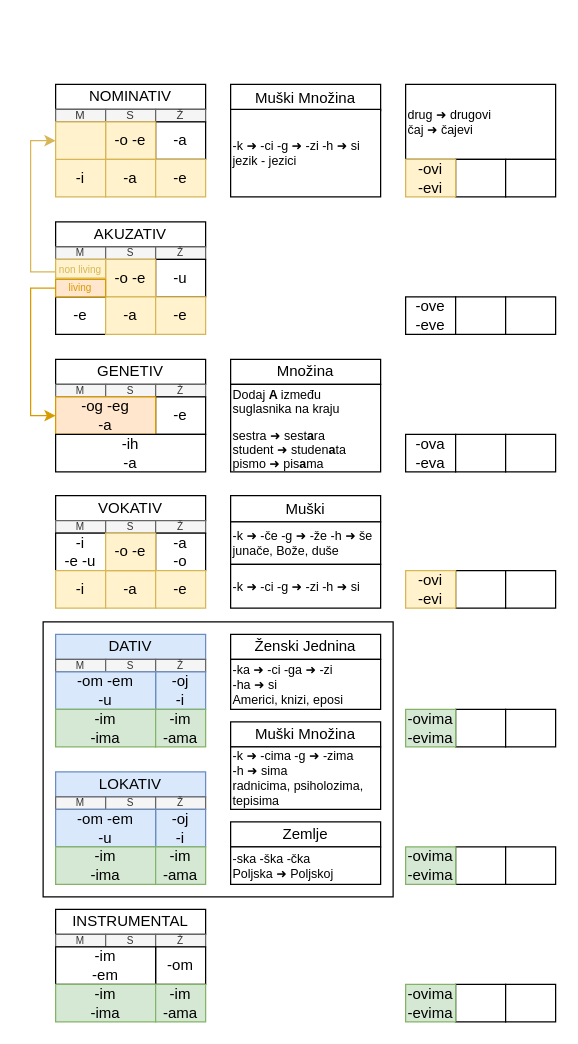
Before: padezi.drawio in vlandivir/srpski, a draw.io diagram. Source tidied: cells renumbered, new cells numbered last; positions are measured from the earlier drawing's top-left corner, leaving out a move shared by most shapes. Both pictures are drawn from the tidied source at 125%, with x=0, y=0 at pixel (30, 84).
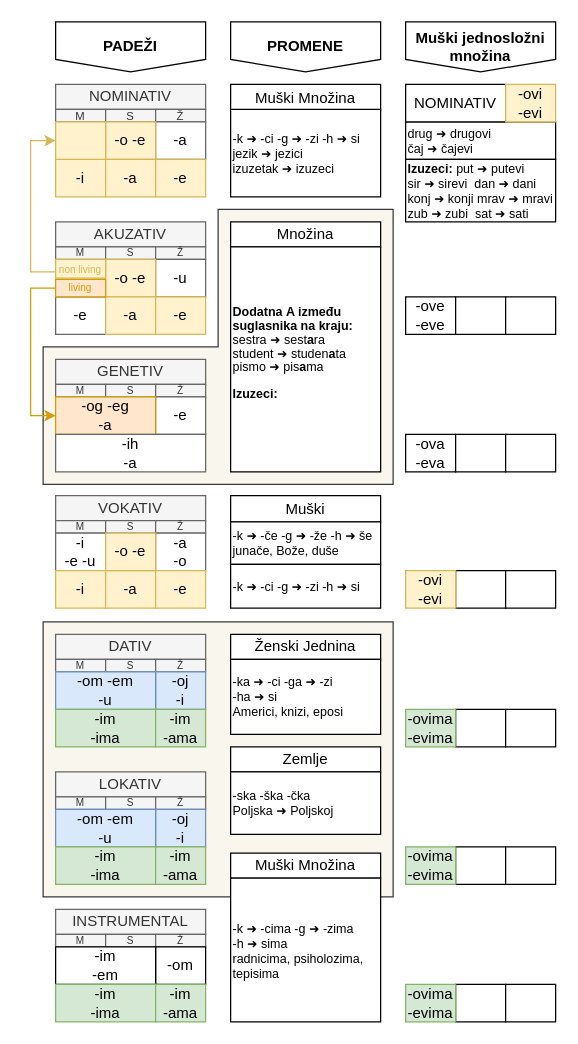
After the change.

The edit, as a diff of the source:
```diff
@@
+    <mxCell id="102" style="shape=corner;whiteSpace=wrap;html=1;direction=west;dx=140;dy=110;fillColor=#f9f7ed;strokeColor=#36393d;" parent="1" vertex="1">
+      <mxGeometry x="10" y="100" width="280" height="220" as="geometry" />
+    </mxCell>
@@
-    <mxCell id="3" style="rounded=0;whiteSpace=wrap;html=1;" parent="1" vertex="1">
+    <mxCell id="3" style="rounded=0;whiteSpace=wrap;html=1;fillColor=#f9f7ed;strokeColor=#36393d;" parent="1" vertex="1">
       <mxGeometry x="10" y="430" width="280" height="220" as="geometry" />
     </mxCell>
@@
     <mxCell id="5" value="drug ➜ drugovi&lt;br&gt;čaj ➜ čajevi" style="rounded=0;whiteSpace=wrap;html=1;align=left;fontSize=10;" parent="1" vertex="1">
-      <mxGeometry x="300" width="120" height="60" as="geometry" />
+      <mxGeometry x="300" y="30" width="120" height="30" as="geometry" />
     </mxCell>
-    <mxCell id="6" value="NOMINATIV" style="rounded=0;whiteSpace=wrap;html=1;" parent="1" vertex="1">
+    <mxCell id="6" value="NOMINATIV" style="rounded=0;whiteSpace=wrap;html=1;strokeColor=#666666;fillColor=#f5f5f5;fontColor=#333333;" parent="1" vertex="1">
       <mxGeometry x="20" width="120" height="20" as="geometry" />
     </mxCell>
-    <mxCell id="7" value="M" style="rounded=0;whiteSpace=wrap;html=1;fillColor=#f5f5f5;fontColor=#333333;strokeColor=#666666;fontSize=9;verticalAlign=middle;horizontal=1;" parent="1" vertex="1">
+    <mxCell id="7" value="M" style="rounded=0;whiteSpace=wrap;html=1;fillColor=#f5f5f5;fontColor=#333333;strokeColor=#666666;fontSize=9;verticalAlign=middle;horizontal=1;perimeterSpacing=0;spacingTop=1;" parent="1" vertex="1">
       <mxGeometry x="20" y="20" width="40" height="10" as="geometry" />
     </mxCell>
-    <mxCell id="8" value="S" style="rounded=0;whiteSpace=wrap;html=1;fillColor=#f5f5f5;fontColor=#333333;strokeColor=#666666;fontSize=9;verticalAlign=middle;horizontal=1;" parent="1" vertex="1">
+    <mxCell id="8" value="S" style="rounded=0;whiteSpace=wrap;html=1;fillColor=#f5f5f5;fontColor=#333333;strokeColor=#666666;fontSize=9;verticalAlign=middle;horizontal=1;perimeterSpacing=0;spacingTop=1;" parent="1" vertex="1">
       <mxGeometry x="60" y="20" width="40" height="10" as="geometry" />
     </mxCell>
-    <mxCell id="9" value="Ž" style="rounded=0;whiteSpace=wrap;html=1;fillColor=#f5f5f5;fontColor=#333333;strokeColor=#666666;fontSize=9;verticalAlign=middle;horizontal=1;" parent="1" vertex="1">
+    <mxCell id="9" value="Ž" style="rounded=0;whiteSpace=wrap;html=1;fillColor=#f5f5f5;fontColor=#333333;strokeColor=#666666;fontSize=9;verticalAlign=middle;horizontal=1;perimeterSpacing=0;spacingTop=1;" parent="1" vertex="1">
       <mxGeometry x="100" y="20" width="40" height="10" as="geometry" />
     </mxCell>
-    <mxCell id="10" value="-a" style="rounded=0;whiteSpace=wrap;html=1;" parent="1" vertex="1">
+    <mxCell id="10" value="-a" style="rounded=0;whiteSpace=wrap;html=1;strokeColor=#666666;" parent="1" vertex="1">
       <mxGeometry x="100" y="30" width="40" height="30" as="geometry" />
     </mxCell>
@@
-    <mxCell id="16" value="AKUZATIV" style="rounded=0;whiteSpace=wrap;html=1;" parent="1" vertex="1">
+    <mxCell id="16" value="AKUZATIV" style="rounded=0;whiteSpace=wrap;html=1;strokeColor=#666666;fillColor=#f5f5f5;fontColor=#333333;" parent="1" vertex="1">
       <mxGeometry x="20" y="110" width="120" height="20" as="geometry" />
     </mxCell>
@@
-    <mxCell id="21" value="-u" style="rounded=0;whiteSpace=wrap;html=1;" parent="1" vertex="1">
+    <mxCell id="21" value="-u" style="rounded=0;whiteSpace=wrap;html=1;strokeColor=#666666;" parent="1" vertex="1">
       <mxGeometry x="100" y="140" width="40" height="30" as="geometry" />
     </mxCell>
-    <mxCell id="22" value="-e" style="rounded=0;whiteSpace=wrap;html=1;" parent="1" vertex="1">
+    <mxCell id="22" value="-e" style="rounded=0;whiteSpace=wrap;html=1;strokeColor=#666666;" parent="1" vertex="1">
       <mxGeometry x="20" y="170" width="40" height="30" as="geometry" />
     </mxCell>
@@
-    <mxCell id="26" value="GENETIV" style="rounded=0;whiteSpace=wrap;html=1;" parent="1" vertex="1">
+    <mxCell id="26" value="GENETIV" style="rounded=0;whiteSpace=wrap;html=1;strokeColor=#666666;fillColor=#f5f5f5;fontColor=#333333;" parent="1" vertex="1">
       <mxGeometry x="20" y="220" width="120" height="20" as="geometry" />
     </mxCell>
@@
-    <mxCell id="30" value="-e" style="rounded=0;whiteSpace=wrap;html=1;" parent="1" vertex="1">
+    <mxCell id="30" value="-e" style="rounded=0;whiteSpace=wrap;html=1;strokeColor=#666666;" parent="1" vertex="1">
       <mxGeometry x="100" y="250" width="40" height="30" as="geometry" />
     </mxCell>
@@
-    <mxCell id="35" value="-ih&lt;br&gt;-a" style="rounded=0;whiteSpace=wrap;html=1;" parent="1" vertex="1">
+    <mxCell id="35" value="-ih&lt;br&gt;-a" style="rounded=0;whiteSpace=wrap;html=1;strokeColor=#666666;" parent="1" vertex="1">
       <mxGeometry x="20" y="280" width="120" height="30" as="geometry" />
     </mxCell>
-    <mxCell id="36" value="DATIV" style="rounded=0;whiteSpace=wrap;html=1;fillColor=#dae8fc;strokeColor=#6c8ebf;" parent="1" vertex="1">
+    <mxCell id="36" value="DATIV" style="rounded=0;whiteSpace=wrap;html=1;fillColor=#f5f5f5;strokeColor=#666666;fontColor=#333333;" parent="1" vertex="1">
       <mxGeometry x="20" y="440" width="120" height="20" as="geometry" />
     </mxCell>
@@
-    <mxCell id="44" value="LOKATIV" style="rounded=0;whiteSpace=wrap;html=1;fillColor=#dae8fc;strokeColor=#6c8ebf;" parent="1" vertex="1">
+    <mxCell id="44" value="LOKATIV" style="rounded=0;whiteSpace=wrap;html=1;fillColor=#f5f5f5;strokeColor=#666666;fontColor=#333333;" parent="1" vertex="1">
       <mxGeometry x="20" y="550" width="120" height="20" as="geometry" />
     </mxCell>
@@
-    <mxCell id="52" value="INSTRUMENTAL" style="rounded=0;whiteSpace=wrap;html=1;" parent="1" vertex="1">
+    <mxCell id="52" value="INSTRUMENTAL" style="rounded=0;whiteSpace=wrap;html=1;fillColor=#f5f5f5;fontColor=#333333;strokeColor=#666666;" parent="1" vertex="1">
       <mxGeometry x="20" y="660" width="120" height="20" as="geometry" />
     </mxCell>
@@
-    <mxCell id="60" value="VOKATIV" style="rounded=0;whiteSpace=wrap;html=1;" parent="1" vertex="1">
+    <mxCell id="60" value="VOKATIV" style="rounded=0;whiteSpace=wrap;html=1;strokeColor=#666666;fillColor=#f5f5f5;fontColor=#333333;" parent="1" vertex="1">
       <mxGeometry x="20" y="329" width="120" height="20" as="geometry" />
     </mxCell>
@@
-    <mxCell id="64" value="-a&lt;br&gt;-o" style="rounded=0;whiteSpace=wrap;html=1;" parent="1" vertex="1">
+    <mxCell id="64" value="-a&lt;br&gt;-o" style="rounded=0;whiteSpace=wrap;html=1;strokeColor=#666666;" parent="1" vertex="1">
       <mxGeometry x="100" y="359" width="40" height="30" as="geometry" />
     </mxCell>
-    <mxCell id="65" value="-i&lt;br&gt;-e -u" style="rounded=0;whiteSpace=wrap;html=1;" parent="1" vertex="1">
+    <mxCell id="65" value="-i&lt;br&gt;-e -u" style="rounded=0;whiteSpace=wrap;html=1;strokeColor=#666666;" parent="1" vertex="1">
       <mxGeometry x="20" y="359" width="40" height="30" as="geometry" />
     </mxCell>
@@
-    <mxCell id="72" style="rounded=0;whiteSpace=wrap;html=1;" parent="1" vertex="1">
-      <mxGeometry x="340" y="60" width="40" height="30" as="geometry" />
-    </mxCell>
-    <mxCell id="73" style="rounded=0;whiteSpace=wrap;html=1;" parent="1" vertex="1">
-      <mxGeometry x="380" y="60" width="40" height="30" as="geometry" />
-    </mxCell>
@@
-    <mxCell id="86" value="-ovi&lt;br&gt;-evi" style="rounded=0;whiteSpace=wrap;html=1;fillColor=#fff2cc;strokeColor=#d6b656;" parent="1" vertex="1">
-      <mxGeometry x="300" y="60" width="40" height="30" as="geometry" />
-    </mxCell>
@@
-    <mxCell id="91" value="-k&amp;nbsp;➜ -ci -g&amp;nbsp;➜ -zi -h&amp;nbsp;➜ si&lt;br style=&quot;font-size: 10px;&quot;&gt;jezik - jezici" style="rounded=0;whiteSpace=wrap;html=1;align=left;fontSize=10;" parent="1" vertex="1">
+    <mxCell id="91" value="-k&amp;nbsp;➜ -ci -g&amp;nbsp;➜ -zi -h&amp;nbsp;➜ si&lt;br style=&quot;font-size: 10px;&quot;&gt;jezik ➜ jezici&lt;br&gt;izuzetak ➜ izuzeci" style="rounded=0;whiteSpace=wrap;html=1;align=left;fontSize=10;" parent="1" vertex="1">
       <mxGeometry x="160" y="20" width="120" height="70" as="geometry" />
     </mxCell>
@@
     <mxCell id="95" value="-ka ➜ -ci -ga ➜ -zi &lt;br&gt;-ha ➜ si&lt;br&gt;Americi, knizi, eposi" style="rounded=0;whiteSpace=wrap;html=1;align=left;fontSize=10;" parent="1" vertex="1">
-      <mxGeometry x="160" y="460" width="120" height="40" as="geometry" />
+      <mxGeometry x="160" y="460" width="120" height="60" as="geometry" />
     </mxCell>
     <mxCell id="96" value="Muški Množina" style="rounded=0;whiteSpace=wrap;html=1;" parent="1" vertex="1">
-      <mxGeometry x="160" y="510" width="120" height="20" as="geometry" />
+      <mxGeometry x="160" y="615" width="120" height="20" as="geometry" />
     </mxCell>
     <mxCell id="97" value="-k ➜ -cima -g ➜ -zima&lt;br&gt;-h ➜ sima&lt;br&gt;radnicima, psiholozima, tepisima" style="rounded=0;whiteSpace=wrap;html=1;align=left;fontSize=10;" parent="1" vertex="1">
-      <mxGeometry x="160" y="530" width="120" height="50" as="geometry" />
+      <mxGeometry x="160" y="635" width="120" height="115" as="geometry" />
     </mxCell>
     <mxCell id="98" value="Zemlje" style="rounded=0;whiteSpace=wrap;html=1;" parent="1" vertex="1">
-      <mxGeometry x="160" y="590" width="120" height="20" as="geometry" />
+      <mxGeometry x="160" y="530" width="120" height="20" as="geometry" />
     </mxCell>
     <mxCell id="99" value="-ska -ška -čka&lt;br&gt;Poljska ➜ Poljskoj" style="rounded=0;whiteSpace=wrap;html=1;align=left;fontSize=10;" parent="1" vertex="1">
-      <mxGeometry x="160" y="610" width="120" height="30" as="geometry" />
+      <mxGeometry x="160" y="550" width="120" height="50" as="geometry" />
     </mxCell>
     <mxCell id="100" value="Množina" style="rounded=0;whiteSpace=wrap;html=1;" parent="1" vertex="1">
-      <mxGeometry x="160" y="220" width="120" height="20" as="geometry" />
+      <mxGeometry x="160" y="110" width="120" height="20" as="geometry" />
     </mxCell>
-    <mxCell id="101" value="&lt;p style=&quot;line-height: 110%;&quot;&gt;Dodaj &lt;b&gt;A &lt;/b&gt;između suglasnika na kraju&lt;br&gt;&lt;br&gt;sestra ➜ sest&lt;b&gt;a&lt;/b&gt;ra&lt;br&gt;student ➜ studen&lt;b&gt;a&lt;/b&gt;ta&lt;br&gt;pismo ➜ pis&lt;b&gt;a&lt;/b&gt;ma&lt;/p&gt;" style="rounded=0;whiteSpace=wrap;html=1;align=left;fontSize=10;" parent="1" vertex="1">
-      <mxGeometry x="160" y="240" width="120" height="70" as="geometry" />
+    <mxCell id="101" value="&lt;p style=&quot;line-height: 110%;&quot;&gt;&lt;b&gt;Dodatna&amp;nbsp;A između suglasnika na kraju:&lt;/b&gt;&lt;br&gt;sestra ➜ sest&lt;b&gt;a&lt;/b&gt;ra&lt;br&gt;student ➜ studen&lt;b&gt;a&lt;/b&gt;ta&lt;br&gt;pismo ➜ pis&lt;b&gt;a&lt;/b&gt;ma&lt;br&gt;&lt;/p&gt;&lt;p style=&quot;line-height: 110%;&quot;&gt;&lt;b style=&quot;border-color: var(--border-color);&quot;&gt;Izuzeci:&lt;br&gt;&lt;/b&gt;&lt;br&gt;&lt;/p&gt;" style="rounded=0;whiteSpace=wrap;html=1;align=left;fontSize=10;" parent="1" vertex="1">
+      <mxGeometry x="160" y="130" width="120" height="180" as="geometry" />
     </mxCell>
+    <mxCell id="103" value="PADEŽI" style="shape=offPageConnector;whiteSpace=wrap;html=1;size=0.25;fontStyle=1;" parent="1" vertex="1">
+      <mxGeometry x="20" y="-50" width="120" height="40" as="geometry" />
+    </mxCell>
+    <mxCell id="104" value="PROMENE" style="shape=offPageConnector;whiteSpace=wrap;html=1;size=0.25;fontStyle=1;" parent="1" vertex="1">
+      <mxGeometry x="160" y="-50" width="120" height="40" as="geometry" />
+    </mxCell>
+    <mxCell id="105" value="Muški jednosložni množina" style="shape=offPageConnector;whiteSpace=wrap;html=1;size=0.25;fontStyle=1;" parent="1" vertex="1">
+      <mxGeometry x="300" y="-50" width="120" height="40" as="geometry" />
+    </mxCell>
+    <mxCell id="106" value="NOMINATIV" style="rounded=0;whiteSpace=wrap;html=1;" parent="1" vertex="1">
+      <mxGeometry x="300" width="80" height="30" as="geometry" />
+    </mxCell>
+    <mxCell id="86" value="-ovi&lt;br&gt;-evi" style="rounded=0;whiteSpace=wrap;html=1;fillColor=#fff2cc;strokeColor=#d6b656;" parent="1" vertex="1">
+      <mxGeometry x="380" width="40" height="30" as="geometry" />
+    </mxCell>
+    <mxCell id="107" value="&lt;b&gt;Izuzeci: &lt;/b&gt;put ➜ putevi&lt;br&gt;sir ➜ sirevi&amp;nbsp; dan ➜ dani&lt;br&gt;konj ➜ konji mrav ➜ mravi&lt;br&gt;zub ➜ zubi&amp;nbsp; sat ➜ sati" style="rounded=0;whiteSpace=wrap;html=1;align=left;fontSize=10;" parent="1" vertex="1">
+      <mxGeometry x="300" y="60" width="120" height="50" as="geometry" />
+    </mxCell>
```
